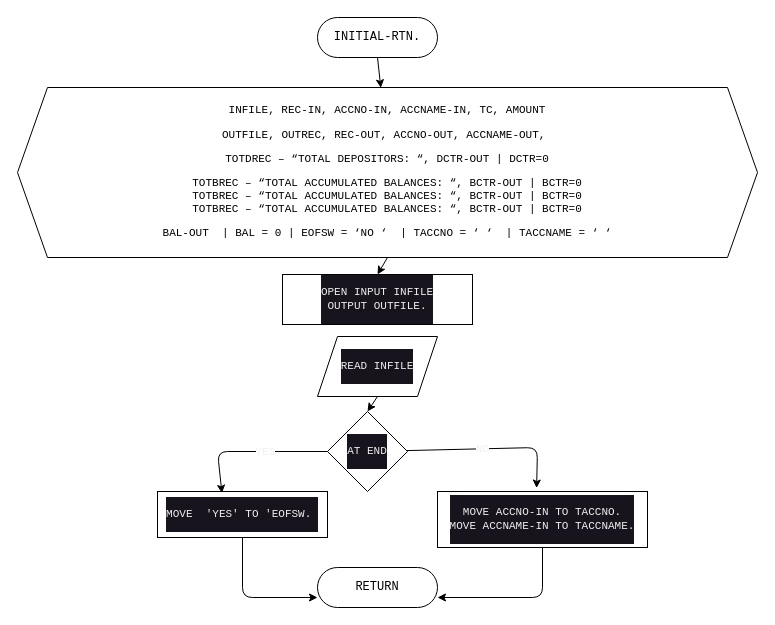
The draw.io diagram page "initial-rtn" (2 of 5) of diagram.drawio in williebonavente/acct-num, before the edit. Source tidied: cells renumbered, new cells numbered last; positions are measured from the earlier drawing's top-left corner, leaving out a move shared by most shapes. Both pictures are drawn from the tidied source at 100%, with x=0, y=0 at pixel (17, 17).
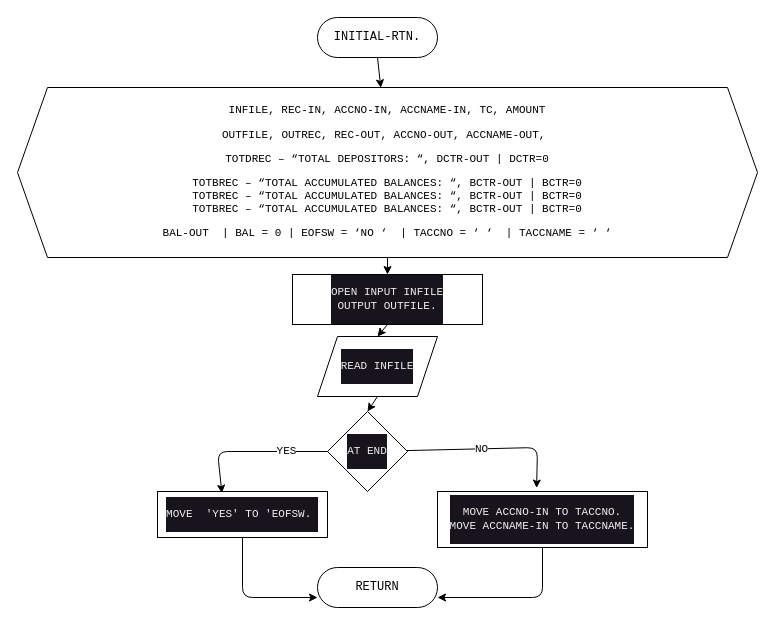
Above is the later version.

Unchanged cells that the change refers to:
```xml
<mxCell id="8" value="&lt;pre&gt;READ INFILE&lt;/pre&gt;" style="shape=parallelogram;perimeter=parallelogramPerimeter;whiteSpace=wrap;html=1;fixedSize=1;labelBackgroundColor=#18141D;fontSize=11;fontColor=#F0F0F0;" parent="1" vertex="1">
  <mxGeometry x="300" y="319" width="120" height="60" as="geometry" />
</mxCell>
<mxCell id="9" style="edgeStyle=none;html=1;entryX=0.379;entryY=0.037;entryDx=0;entryDy=0;entryPerimeter=0;fontSize=11;fontColor=#F0F0F0;" parent="1" edge="1" source="13" target="15">
  <mxGeometry relative="1" as="geometry">
    <Array as="points">
      <mxPoint x="200" y="434" />
    </Array>
  </mxGeometry>
</mxCell>
<mxCell id="11" style="edgeStyle=none;html=1;entryX=0.472;entryY=-0.062;entryDx=0;entryDy=0;entryPerimeter=0;fontSize=11;fontColor=#F0F0F0;" parent="1" edge="1" source="13" target="18">
  <mxGeometry relative="1" as="geometry">
    <Array as="points">
      <mxPoint x="520" y="430" />
    </Array>
  </mxGeometry>
</mxCell>
```

Change to the diagram source:
```diff
@@
+    <mxCell id="19" style="edgeStyle=none;html=1;exitX=0.5;exitY=1;exitDx=0;exitDy=0;entryX=0.5;entryY=0;entryDx=0;entryDy=0;" parent="1" edge="1" source="6" target="8">
+      <mxGeometry relative="1" as="geometry" />
+    </mxCell>
     <mxCell id="6" value="&lt;pre&gt;OPEN INPUT INFILE&lt;br/&gt;OUTPUT OUTFILE.&lt;/pre&gt;&lt;p align=&quot;center&quot; class=&quot;MsoNormal&quot;&gt;&lt;/p&gt;" style="rounded=0;whiteSpace=wrap;html=1;labelBackgroundColor=#18141D;fontSize=11;fontColor=#F0F0F0;" parent="1" vertex="1">
-      <mxGeometry x="265" y="257" width="190" height="50" as="geometry" />
+      <mxGeometry x="275" y="257" width="190" height="50" as="geometry" />
     </mxCell>
@@
-    <mxCell id="10" value="&lt;pre&gt;YES&lt;/pre&gt;" style="edgeLabel;html=1;align=center;verticalAlign=middle;fontSize=11;fontColor=#F0F0F0;" parent="9" vertex="1">
-      <mxGeometry x="-0.17" relative="1" as="geometry" />
+    <mxCell id="10" value="&lt;font face=&quot;Courier New&quot;&gt;YES&lt;/font&gt;" style="edgeLabel;html=1;align=center;verticalAlign=middle;" parent="9" vertex="1">
+      <mxGeometry x="-0.45" y="-1" relative="1" as="geometry" />
     </mxCell>
@@
-    <mxCell id="12" value="&lt;pre&gt;NO&lt;/pre&gt;" style="edgeLabel;html=1;align=center;verticalAlign=middle;fontSize=11;fontColor=#F0F0F0;" parent="11" vertex="1">
-      <mxGeometry x="-0.13" relative="1" as="geometry" />
+    <mxCell id="12" value="NO" style="edgeLabel;html=1;align=center;verticalAlign=middle;fontFamily=Courier New;" parent="11" vertex="1">
+      <mxGeometry x="-0.14" relative="1" as="geometry" />
     </mxCell>
```
